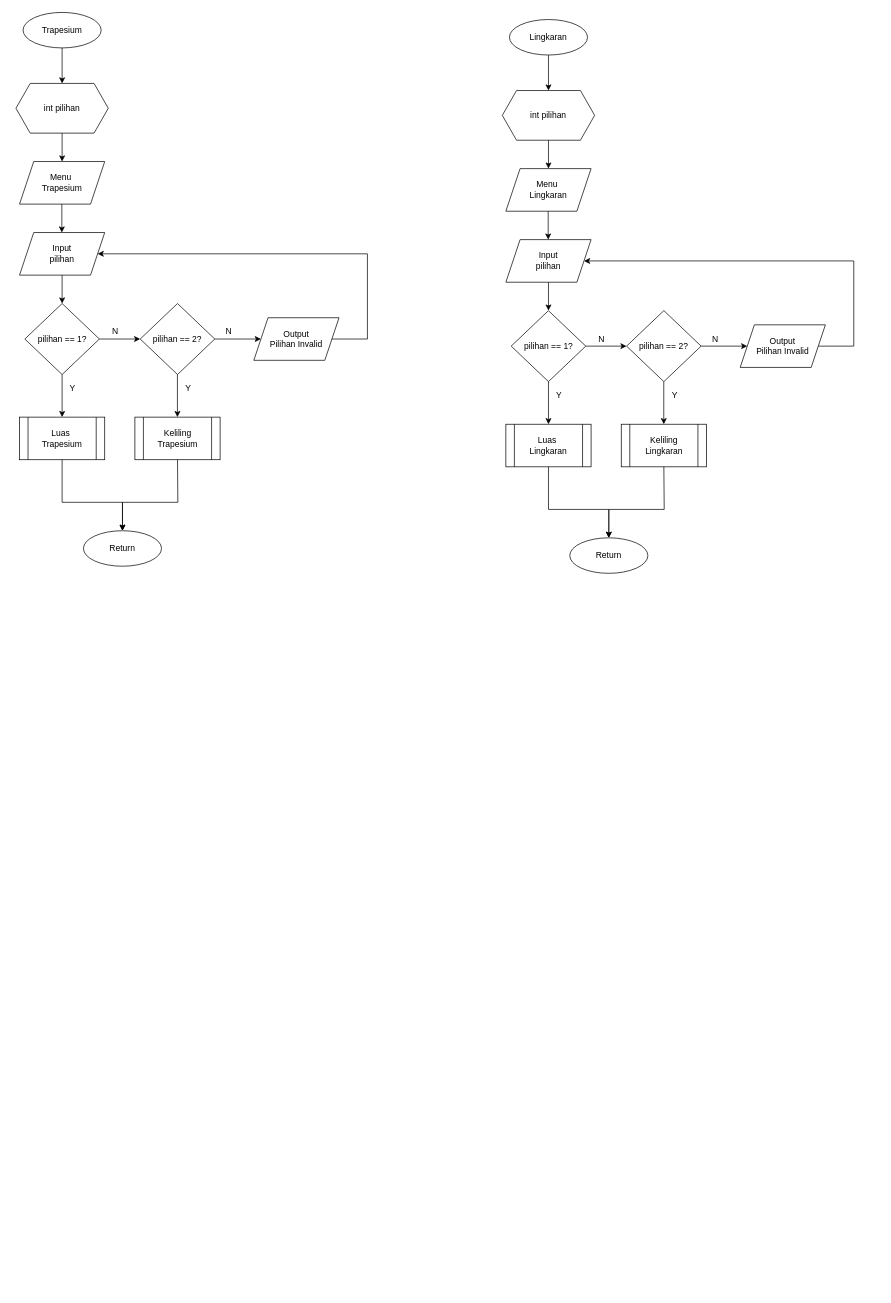
Before: Flowchart-Modul1.drawio in elikawicaksana/BuildIT_BasisData, a draw.io diagram. Source tidied: cells renumbered, new cells numbered last; positions are measured from the earlier drawing's top-left corner, leaving out a move shared by most shapes. Both pictures are drawn from the tidied source at 71%, with x=0, y=0 at pixel (16, 12).
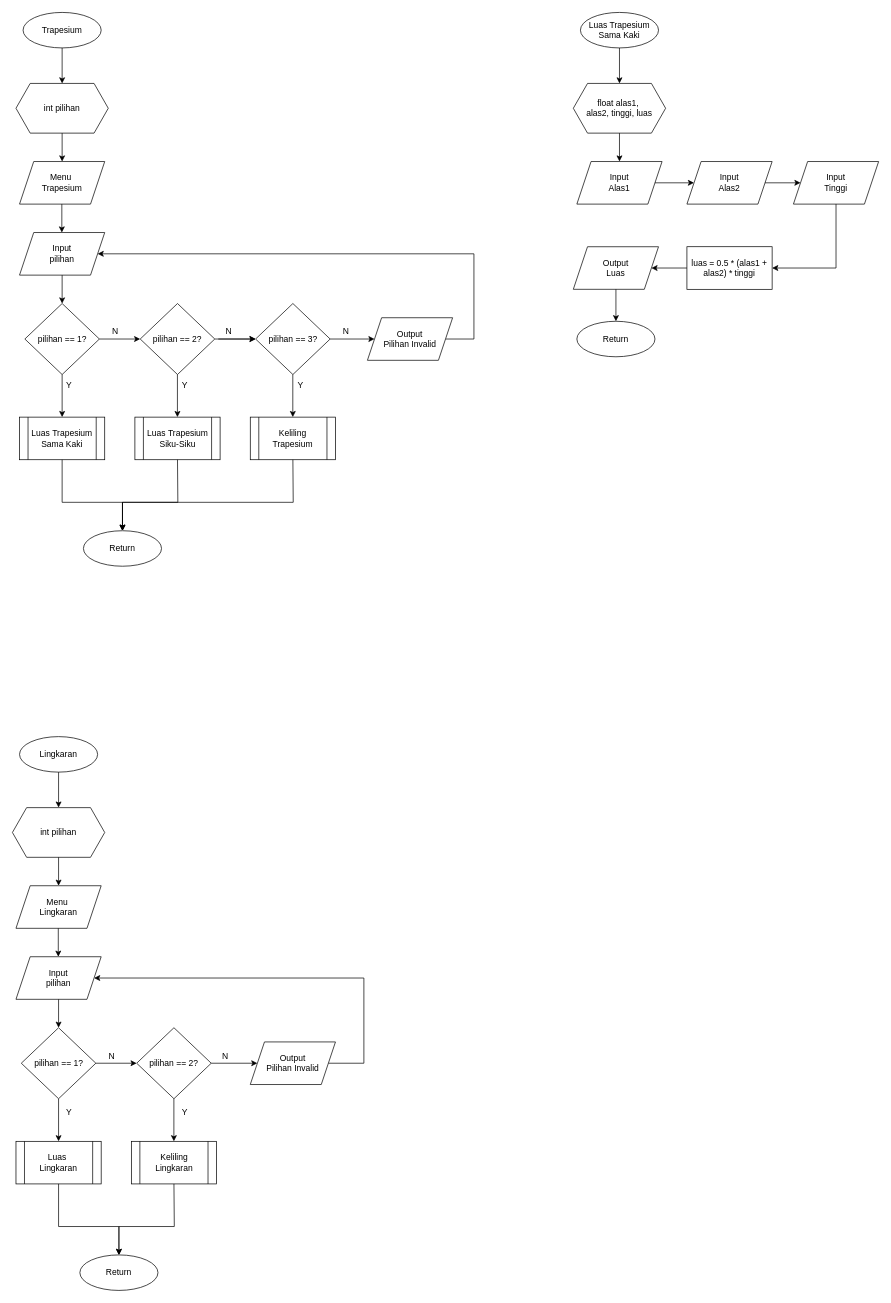
Above is the later version.

Commit message:
Luas Trapesium Sama Kaki

Unchanged cells that the change refers to:
```xml
<mxCell id="7" value="Input&lt;div&gt;pilihan&lt;/div&gt;" style="shape=parallelogram;perimeter=parallelogramPerimeter;whiteSpace=wrap;html=1;fixedSize=1;" parent="1" vertex="1">
  <mxGeometry x="5" y="310" width="120" height="60" as="geometry" />
</mxCell>
<mxCell id="11" value="pilihan == 2?" style="rhombus;whiteSpace=wrap;html=1;" parent="1" vertex="1">
  <mxGeometry x="175" y="410" width="105" height="100" as="geometry" />
</mxCell>
<mxCell id="19" value="N" style="text;html=1;align=center;verticalAlign=middle;whiteSpace=wrap;rounded=0;" parent="1" vertex="1">
  <mxGeometry x="285" y="440" width="30" height="20" as="geometry" />
</mxCell>
<mxCell id="24" value="Return" style="ellipse;whiteSpace=wrap;html=1;" parent="1" vertex="1">
  <mxGeometry x="95" y="730" width="110" height="50" as="geometry" />
</mxCell>
```

The edit, as a diff of the source:
```diff
@@
+    <mxCell id="52" style="edgeStyle=orthogonalEdgeStyle;rounded=0;jettySize=auto;html=1;" parent="1" edge="1" source="11" target="57">
+      <mxGeometry relative="1" as="geometry" />
+    </mxCell>
@@
     <mxCell id="15" value="Y" style="text;html=1;align=center;verticalAlign=middle;whiteSpace=wrap;rounded=0;" parent="1" vertex="1">
-      <mxGeometry x="65" y="520" width="30" height="20" as="geometry" />
+      <mxGeometry x="60" y="515" width="30" height="20" as="geometry" />
     </mxCell>
     <mxCell id="16" style="endArrow=classic;html=1;rounded=0;entryX=1;entryY=0.5;entryDx=0;entryDy=0;exitX=1;exitY=0.5;exitDx=0;exitDy=0;" parent="1" edge="1" source="20" target="7">
       <mxGeometry relative="1" as="geometry">
         <Array as="points">
-          <mxPoint x="495" y="460" />
-          <mxPoint x="495" y="340" />
+          <mxPoint x="645" y="460" />
+          <mxPoint x="645" y="340" />
         </Array>
       </mxGeometry>
     </mxCell>
@@
     <mxCell id="18" value="Y" style="text;html=1;align=center;verticalAlign=middle;whiteSpace=wrap;rounded=0;" parent="1" vertex="1">
-      <mxGeometry x="228" y="520" width="30" height="20" as="geometry" />
+      <mxGeometry x="223" y="515" width="30" height="20" as="geometry" />
     </mxCell>
@@
     <mxCell id="20" value="Output&lt;div&gt;Pilihan Invalid&lt;/div&gt;" style="shape=parallelogram;perimeter=parallelogramPerimeter;whiteSpace=wrap;html=1;fixedSize=1;" parent="1" vertex="1">
-      <mxGeometry x="335" y="430" width="120" height="60" as="geometry" />
+      <mxGeometry x="495" y="430" width="120" height="60" as="geometry" />
     </mxCell>
-    <mxCell id="21" style="endArrow=classic;html=1;rounded=0;exitX=1;exitY=0.5;exitDx=0;exitDy=0;entryX=0;entryY=0.5;entryDx=0;entryDy=0;" parent="1" edge="1" source="11" target="20">
+    <mxCell id="21" style="endArrow=classic;html=1;rounded=0;exitX=1;exitY=0.5;exitDx=0;exitDy=0;entryX=0;entryY=0.5;entryDx=0;entryDy=0;" parent="1" edge="1" source="57" target="20">
       <mxGeometry relative="1" as="geometry" />
     </mxCell>
-    <mxCell id="22" value="Luas&amp;nbsp;&lt;div&gt;Trapesium&lt;/div&gt;" style="shape=process;whiteSpace=wrap;html=1;backgroundOutline=1;" parent="1" vertex="1">
+    <mxCell id="22" value="Luas&amp;nbsp;&lt;span style=&quot;background-color: initial; color: rgb(0, 0, 0); --darkreader-inline-bgcolor: initial; --darkreader-inline-color: #e8e6e3;&quot;&gt;Trapesium Sama Kaki&lt;/span&gt;" style="shape=process;whiteSpace=wrap;html=1;backgroundOutline=1;" parent="1" vertex="1">
       <mxGeometry x="5" y="570" width="120" height="60" as="geometry" />
     </mxCell>
-    <mxCell id="23" value="Keliling Trapesium" style="shape=process;whiteSpace=wrap;html=1;backgroundOutline=1;" parent="1" vertex="1">
+    <mxCell id="23" value="Luas&amp;nbsp;&lt;span style=&quot;color: rgb(0, 0, 0); --darkreader-inline-color: #e8e6e3;&quot;&gt;Trapesium Siku-Siku&lt;/span&gt;" style="shape=process;whiteSpace=wrap;html=1;backgroundOutline=1;" parent="1" vertex="1">
       <mxGeometry x="167.5" y="570" width="120" height="60" as="geometry" />
     </mxCell>
@@
     <mxCell id="27" value="Lingkaran" style="ellipse;whiteSpace=wrap;html=1;" parent="1" vertex="1">
-      <mxGeometry x="695" y="10" width="110" height="50" as="geometry" />
+      <mxGeometry x="5" y="1020" width="110" height="50" as="geometry" />
     </mxCell>
     <mxCell id="28" value="int pilihan" style="shape=hexagon;perimeter=hexagonPerimeter2;whiteSpace=wrap;html=1;fixedSize=1;" parent="1" vertex="1">
-      <mxGeometry x="685" y="110" width="130" height="70" as="geometry" />
+      <mxGeometry x="-5" y="1120" width="130" height="70" as="geometry" />
     </mxCell>
     <mxCell id="29" style="endArrow=classic;html=1;rounded=0;exitX=0.5;exitY=1;exitDx=0;exitDy=0;entryX=0.5;entryY=0;entryDx=0;entryDy=0;" parent="1" edge="1" source="28">
       <mxGeometry relative="1" as="geometry">
-        <mxPoint x="750" y="220" as="targetPoint" />
+        <mxPoint x="60" y="1230" as="targetPoint" />
       </mxGeometry>
     </mxCell>
@@
     <mxCell id="31" value="Menu&amp;nbsp;&lt;div&gt;Lingkaran&lt;/div&gt;" style="shape=parallelogram;perimeter=parallelogramPerimeter;whiteSpace=wrap;html=1;fixedSize=1;" parent="1" vertex="1">
-      <mxGeometry x="690" y="220" width="120" height="60" as="geometry" />
+      <mxGeometry y="1230" width="120" height="60" as="geometry" />
     </mxCell>
     <mxCell id="32" value="Input&lt;div&gt;pilihan&lt;/div&gt;" style="shape=parallelogram;perimeter=parallelogramPerimeter;whiteSpace=wrap;html=1;fixedSize=1;" parent="1" vertex="1">
-      <mxGeometry x="690" y="320" width="120" height="60" as="geometry" />
+      <mxGeometry y="1330" width="120" height="60" as="geometry" />
     </mxCell>
     <mxCell id="33" style="endArrow=classic;html=1;rounded=0;exitX=0.5;exitY=1;exitDx=0;exitDy=0;entryX=0.5;entryY=0;entryDx=0;entryDy=0;" parent="1" edge="1">
       <mxGeometry relative="1" as="geometry">
-        <mxPoint x="749.6" y="280" as="sourcePoint" />
-        <mxPoint x="749.6" y="320" as="targetPoint" />
+        <mxPoint x="59.6" y="1290" as="sourcePoint" />
+        <mxPoint x="59.6" y="1330" as="targetPoint" />
       </mxGeometry>
     </mxCell>
     <mxCell id="34" value="pilihan == 1?" style="rhombus;whiteSpace=wrap;html=1;" parent="1" vertex="1">
-      <mxGeometry x="697.5" y="420" width="105" height="100" as="geometry" />
+      <mxGeometry x="7.5" y="1430" width="105" height="100" as="geometry" />
     </mxCell>
@@
     <mxCell id="36" value="pilihan == 2?" style="rhombus;whiteSpace=wrap;html=1;" parent="1" vertex="1">
-      <mxGeometry x="860" y="420" width="105" height="100" as="geometry" />
+      <mxGeometry x="170" y="1430" width="105" height="100" as="geometry" />
     </mxCell>
     <mxCell id="37" style="endArrow=classic;html=1;rounded=0;exitX=0.5;exitY=1;exitDx=0;exitDy=0;" parent="1" edge="1" source="34">
       <mxGeometry relative="1" as="geometry">
-        <mxPoint x="750" y="580" as="targetPoint" />
+        <mxPoint x="60" y="1590" as="targetPoint" />
       </mxGeometry>
     </mxCell>
@@
     <mxCell id="39" value="N" style="text;html=1;align=center;verticalAlign=middle;whiteSpace=wrap;rounded=0;" parent="1" vertex="1">
-      <mxGeometry x="810" y="450" width="30" height="20" as="geometry" />
+      <mxGeometry x="120" y="1460" width="30" height="20" as="geometry" />
     </mxCell>
     <mxCell id="40" value="Y" style="text;html=1;align=center;verticalAlign=middle;whiteSpace=wrap;rounded=0;" parent="1" vertex="1">
-      <mxGeometry x="750" y="530" width="30" height="20" as="geometry" />
+      <mxGeometry x="60" y="1540" width="30" height="20" as="geometry" />
     </mxCell>
     <mxCell id="41" style="endArrow=classic;html=1;rounded=0;entryX=1;entryY=0.5;entryDx=0;entryDy=0;exitX=1;exitY=0.5;exitDx=0;exitDy=0;" parent="1" edge="1" source="45" target="32">
       <mxGeometry relative="1" as="geometry">
         <Array as="points">
-          <mxPoint x="1180" y="470" />
-          <mxPoint x="1180" y="350" />
+          <mxPoint x="490" y="1480" />
+          <mxPoint x="490" y="1360" />
         </Array>
       </mxGeometry>
     </mxCell>
     <mxCell id="42" style="endArrow=classic;html=1;rounded=0;exitX=0.5;exitY=1;exitDx=0;exitDy=0;" parent="1" edge="1">
       <mxGeometry relative="1" as="geometry">
-        <mxPoint x="912.4" y="520" as="sourcePoint" />
-        <mxPoint x="912.4" y="580" as="targetPoint" />
+        <mxPoint x="222.4" y="1530" as="sourcePoint" />
+        <mxPoint x="222.4" y="1590" as="targetPoint" />
       </mxGeometry>
     </mxCell>
     <mxCell id="43" value="Y" style="text;html=1;align=center;verticalAlign=middle;whiteSpace=wrap;rounded=0;" parent="1" vertex="1">
-      <mxGeometry x="913" y="530" width="30" height="20" as="geometry" />
+      <mxGeometry x="223" y="1540" width="30" height="20" as="geometry" />
     </mxCell>
     <mxCell id="44" value="N" style="text;html=1;align=center;verticalAlign=middle;whiteSpace=wrap;rounded=0;" parent="1" vertex="1">
-      <mxGeometry x="970" y="450" width="30" height="20" as="geometry" />
+      <mxGeometry x="280" y="1460" width="30" height="20" as="geometry" />
     </mxCell>
     <mxCell id="45" value="Output&lt;div&gt;Pilihan Invalid&lt;/div&gt;" style="shape=parallelogram;perimeter=parallelogramPerimeter;whiteSpace=wrap;html=1;fixedSize=1;" parent="1" vertex="1">
-      <mxGeometry x="1020" y="440" width="120" height="60" as="geometry" />
+      <mxGeometry x="330" y="1450" width="120" height="60" as="geometry" />
     </mxCell>
@@
     <mxCell id="47" value="Luas&amp;nbsp;&lt;div&gt;Lingkaran&lt;/div&gt;" style="shape=process;whiteSpace=wrap;html=1;backgroundOutline=1;" parent="1" vertex="1">
-      <mxGeometry x="690" y="580" width="120" height="60" as="geometry" />
+      <mxGeometry y="1590" width="120" height="60" as="geometry" />
     </mxCell>
     <mxCell id="48" value="Keliling Lingkaran" style="shape=process;whiteSpace=wrap;html=1;backgroundOutline=1;" parent="1" vertex="1">
-      <mxGeometry x="852.5" y="580" width="120" height="60" as="geometry" />
+      <mxGeometry x="162.5" y="1590" width="120" height="60" as="geometry" />
     </mxCell>
     <mxCell id="49" value="Return" style="ellipse;whiteSpace=wrap;html=1;" parent="1" vertex="1">
-      <mxGeometry x="780" y="740" width="110" height="50" as="geometry" />
+      <mxGeometry x="90" y="1750" width="110" height="50" as="geometry" />
     </mxCell>
     <mxCell id="50" style="endArrow=classic;html=1;rounded=0;entryX=0.5;entryY=0;entryDx=0;entryDy=0;exitX=0.5;exitY=1;exitDx=0;exitDy=0;" parent="1" edge="1" source="47" target="49">
       <mxGeometry relative="1" as="geometry">
         <Array as="points">
-          <mxPoint x="750" y="700" />
-          <mxPoint x="835" y="700" />
+          <mxPoint x="60" y="1710" />
+          <mxPoint x="145" y="1710" />
         </Array>
       </mxGeometry>
     </mxCell>
     <mxCell id="51" style="endArrow=classic;html=1;rounded=0;exitX=0.5;exitY=1;exitDx=0;exitDy=0;entryX=0.5;entryY=0;entryDx=0;entryDy=0;" parent="1" edge="1" source="48" target="49">
       <mxGeometry relative="1" as="geometry">
         <Array as="points">
-          <mxPoint x="913" y="700" />
-          <mxPoint x="835" y="700" />
+          <mxPoint x="223" y="1710" />
+          <mxPoint x="145" y="1710" />
         </Array>
       </mxGeometry>
     </mxCell>
+    <mxCell id="53" value="Luas&amp;nbsp;&lt;span style=&quot;color: rgb(0, 0, 0); --darkreader-inline-color: #e8e6e3;&quot;&gt;Trapesium Sama Kaki&lt;/span&gt;" style="ellipse;whiteSpace=wrap;html=1;" parent="1" vertex="1">
+      <mxGeometry x="795" width="110" height="50" as="geometry" />
+    </mxCell>
+    <mxCell id="54" value="float alas1,&amp;nbsp;&lt;div&gt;alas2, tinggi, luas&lt;/div&gt;" style="shape=hexagon;perimeter=hexagonPerimeter2;whiteSpace=wrap;html=1;fixedSize=1;" parent="1" vertex="1">
+      <mxGeometry x="785" y="100" width="130" height="70" as="geometry" />
+    </mxCell>
+    <mxCell id="55" style="endArrow=classic;html=1;rounded=0;exitX=0.5;exitY=1;exitDx=0;exitDy=0;entryX=0.5;entryY=0;entryDx=0;entryDy=0;" parent="1" edge="1" source="54">
+      <mxGeometry relative="1" as="geometry">
+        <mxPoint x="850" y="210" as="targetPoint" />
+      </mxGeometry>
+    </mxCell>
+    <mxCell id="56" style="endArrow=classic;html=1;rounded=0;exitX=0.5;exitY=1;exitDx=0;exitDy=0;entryX=0.5;entryY=0;entryDx=0;entryDy=0;" parent="1" edge="1" source="53" target="54">
+      <mxGeometry relative="1" as="geometry" />
+    </mxCell>
+    <mxCell id="57" value="pilihan == 3?" style="rhombus;whiteSpace=wrap;html=1;" parent="1" vertex="1">
+      <mxGeometry x="337.5" y="410" width="105" height="100" as="geometry" />
+    </mxCell>
+    <mxCell id="58" style="endArrow=classic;html=1;rounded=0;exitX=0;exitY=1;exitDx=0;exitDy=0;entryX=0;entryY=0.5;entryDx=0;entryDy=0;" parent="1" edge="1" source="19" target="57">
+      <mxGeometry relative="1" as="geometry" />
+    </mxCell>
+    <mxCell id="59" value="N" style="text;html=1;align=center;verticalAlign=middle;whiteSpace=wrap;rounded=0;" parent="1" vertex="1">
+      <mxGeometry x="450" y="440" width="30" height="20" as="geometry" />
+    </mxCell>
+    <mxCell id="60" style="endArrow=classic;html=1;rounded=0;exitX=0.5;exitY=1;exitDx=0;exitDy=0;" parent="1" edge="1">
+      <mxGeometry relative="1" as="geometry">
+        <mxPoint x="389.9" y="510" as="sourcePoint" />
+        <mxPoint x="389.9" y="570" as="targetPoint" />
+      </mxGeometry>
+    </mxCell>
+    <mxCell id="61" value="Y" style="text;html=1;align=center;verticalAlign=middle;whiteSpace=wrap;rounded=0;" parent="1" vertex="1">
+      <mxGeometry x="385.5" y="515" width="30" height="20" as="geometry" />
+    </mxCell>
+    <mxCell id="62" value="Keliling&lt;div&gt;Trapesium&lt;/div&gt;" style="shape=process;whiteSpace=wrap;html=1;backgroundOutline=1;" parent="1" vertex="1">
+      <mxGeometry x="330" y="570" width="120" height="60" as="geometry" />
+    </mxCell>
+    <mxCell id="63" style="endArrow=classic;html=1;rounded=0;exitX=0.5;exitY=1;exitDx=0;exitDy=0;entryX=0.5;entryY=0;entryDx=0;entryDy=0;" parent="1" edge="1" source="62" target="24">
+      <mxGeometry relative="1" as="geometry">
+        <Array as="points">
+          <mxPoint x="390.5" y="690" />
+          <mxPoint x="150" y="690" />
+        </Array>
+      </mxGeometry>
+    </mxCell>
+    <mxCell id="64" value="Input&lt;div&gt;Alas1&lt;/div&gt;" style="shape=parallelogram;perimeter=parallelogramPerimeter;whiteSpace=wrap;html=1;fixedSize=1;" parent="1" vertex="1">
+      <mxGeometry x="790" y="210" width="120" height="60" as="geometry" />
+    </mxCell>
+    <mxCell id="65" value="Input&lt;div&gt;Alas2&lt;/div&gt;" style="shape=parallelogram;perimeter=parallelogramPerimeter;whiteSpace=wrap;html=1;fixedSize=1;" parent="1" vertex="1">
+      <mxGeometry x="945" y="210" width="120" height="60" as="geometry" />
+    </mxCell>
+    <mxCell id="66" value="Input&lt;div&gt;Tinggi&lt;/div&gt;" style="shape=parallelogram;perimeter=parallelogramPerimeter;whiteSpace=wrap;html=1;fixedSize=1;" parent="1" vertex="1">
+      <mxGeometry x="1095" y="210" width="120" height="60" as="geometry" />
+    </mxCell>
+    <mxCell id="67" style="endArrow=classic;html=1;rounded=0;exitX=1;exitY=0.5;exitDx=0;exitDy=0;entryX=0;entryY=0.5;entryDx=0;entryDy=0;" parent="1" edge="1" source="64" target="65">
+      <mxGeometry relative="1" as="geometry" />
+    </mxCell>
+    <mxCell id="68" style="endArrow=classic;html=1;rounded=0;exitX=1;exitY=0.5;exitDx=0;exitDy=0;" parent="1" edge="1" source="65">
+      <mxGeometry relative="1" as="geometry">
+        <mxPoint x="1105" y="240" as="targetPoint" />
+      </mxGeometry>
+    </mxCell>
+    <mxCell id="69" value="luas =&amp;nbsp;0.5 * (alas1 + alas2) * tinggi" style="rounded=0;whiteSpace=wrap;html=1;" parent="1" vertex="1">
+      <mxGeometry x="945" y="330" width="120" height="60" as="geometry" />
+    </mxCell>
+    <mxCell id="70" style="endArrow=classic;html=1;rounded=0;entryX=1;entryY=0.5;entryDx=0;entryDy=0;exitX=0.5;exitY=1;exitDx=0;exitDy=0;" parent="1" edge="1" source="66" target="69">
+      <mxGeometry relative="1" as="geometry">
+        <Array as="points">
+          <mxPoint x="1155" y="360" />
+        </Array>
+      </mxGeometry>
+    </mxCell>
+    <mxCell id="71" value="Return" style="ellipse;whiteSpace=wrap;html=1;" parent="1" vertex="1">
+      <mxGeometry x="790" y="435" width="110" height="50" as="geometry" />
+    </mxCell>
+    <mxCell id="72" value="Output&lt;div&gt;Luas&lt;/div&gt;" style="shape=parallelogram;perimeter=parallelogramPerimeter;whiteSpace=wrap;html=1;fixedSize=1;" parent="1" vertex="1">
+      <mxGeometry x="785" y="330" width="120" height="60" as="geometry" />
+    </mxCell>
+    <mxCell id="73" style="endArrow=classic;html=1;rounded=0;exitX=0;exitY=0.5;exitDx=0;exitDy=0;entryX=1;entryY=0.5;entryDx=0;entryDy=0;" parent="1" edge="1" source="69" target="72">
+      <mxGeometry relative="1" as="geometry" />
+    </mxCell>
+    <mxCell id="74" style="endArrow=classic;html=1;rounded=0;exitX=0.5;exitY=1;exitDx=0;exitDy=0;entryX=0.5;entryY=0;entryDx=0;entryDy=0;" parent="1" edge="1" source="72" target="71">
+      <mxGeometry relative="1" as="geometry" />
+    </mxCell>
```
